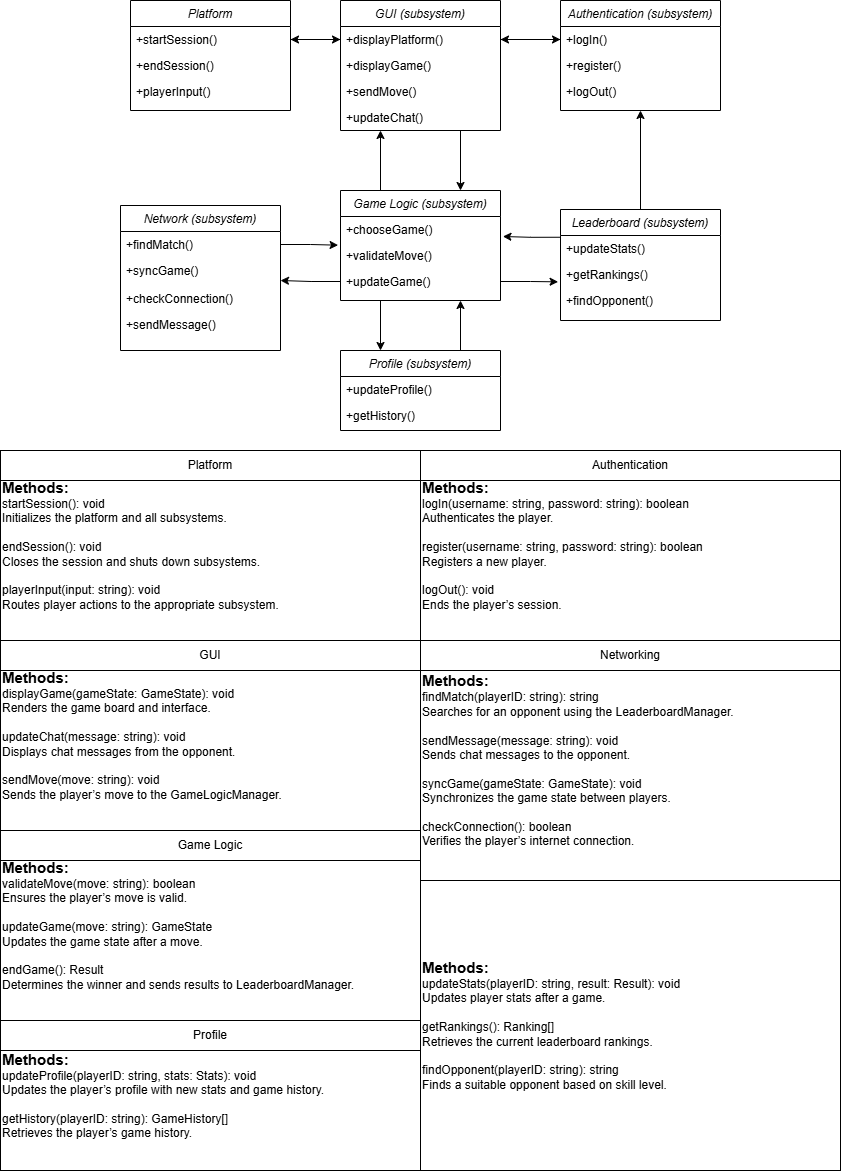
This is Integration Team Files/Class_Diagram_Integration.drawio.png from kelsierfin/BasicGamingPlatform, a draw.io export, as it was before one commit. Source tidied: cells renumbered, new cells last; positions are measured from the earlier drawing's top-left corner, leaving out a move shared by most shapes. Its diagram source:
```xml
<mxGraphModel>
  <root>
    <mxCell id="0" />
    <mxCell id="1" parent="0" />
    <mxCell id="2" style="edgeStyle=orthogonalEdgeStyle;rounded=0;jettySize=auto;html=1;exitX=0.75;exitY=1;exitDx=0;exitDy=0;entryX=0.75;entryY=0;entryDx=0;entryDy=0;" parent="1" edge="1" source="3" target="19">
      <mxGeometry relative="1" as="geometry" />
    </mxCell>
    <mxCell id="3" value="GUI (subsystem)" style="swimlane;fontStyle=2;align=center;verticalAlign=top;horizontal=1;startSize=26;rounded=0;shadow=0;strokeWidth=1;" parent="1" vertex="1">
      <mxGeometry x="340" width="160" height="130" as="geometry" />
    </mxCell>
    <mxCell id="4" value="+displayPlatform()" style="text;align=left;verticalAlign=top;spacingLeft=4;spacingRight=4;overflow=hidden;points=[[0,0.5],[1,0.5]];portConstraint=eastwest;" parent="3" vertex="1">
      <mxGeometry y="26" width="160" height="26" as="geometry" />
    </mxCell>
    <mxCell id="5" value="+displayGame()" style="text;align=left;verticalAlign=top;spacingLeft=4;spacingRight=4;overflow=hidden;rounded=0;shadow=0;html=0;" parent="3" vertex="1">
      <mxGeometry y="52" width="160" height="26" as="geometry" />
    </mxCell>
    <mxCell id="6" value="+sendMove()" style="text;align=left;verticalAlign=top;spacingLeft=4;spacingRight=4;overflow=hidden;rounded=0;shadow=0;html=0;" parent="3" vertex="1">
      <mxGeometry y="78" width="160" height="26" as="geometry" />
    </mxCell>
    <mxCell id="7" value="+updateChat()" style="text;align=left;verticalAlign=top;spacingLeft=4;spacingRight=4;overflow=hidden;rounded=0;shadow=0;html=0;" parent="3" vertex="1">
      <mxGeometry y="104" width="160" height="26" as="geometry" />
    </mxCell>
    <mxCell id="8" value="Platform" style="swimlane;fontStyle=2;align=center;verticalAlign=top;horizontal=1;startSize=26;rounded=0;shadow=0;strokeWidth=1;" parent="1" vertex="1">
      <mxGeometry x="130" width="160" height="110" as="geometry" />
    </mxCell>
    <mxCell id="9" value="+startSession()" style="text;align=left;verticalAlign=top;spacingLeft=4;spacingRight=4;overflow=hidden;points=[[0,0.5],[1,0.5]];portConstraint=eastwest;" parent="8" vertex="1">
      <mxGeometry y="26" width="160" height="26" as="geometry" />
    </mxCell>
    <mxCell id="10" value="+endSession()" style="text;align=left;verticalAlign=top;spacingLeft=4;spacingRight=4;overflow=hidden;rounded=0;shadow=0;html=0;" parent="8" vertex="1">
      <mxGeometry y="52" width="160" height="26" as="geometry" />
    </mxCell>
    <mxCell id="11" value="+playerInput()" style="text;align=left;verticalAlign=top;spacingLeft=4;spacingRight=4;overflow=hidden;rounded=0;shadow=0;html=0;" parent="8" vertex="1">
      <mxGeometry y="78" width="160" height="26" as="geometry" />
    </mxCell>
    <mxCell id="12" value="Authentication (subsystem)" style="swimlane;fontStyle=2;align=center;verticalAlign=top;horizontal=1;startSize=26;rounded=0;shadow=0;strokeWidth=1;" parent="1" vertex="1">
      <mxGeometry x="560" width="160" height="110" as="geometry" />
    </mxCell>
    <mxCell id="13" style="edgeStyle=orthogonalEdgeStyle;rounded=0;jettySize=auto;html=1;exitX=0;exitY=0.5;exitDx=0;exitDy=0;" parent="12" edge="1" source="14">
      <mxGeometry relative="1" as="geometry">
        <mxPoint x="-60" y="39" as="targetPoint" />
      </mxGeometry>
    </mxCell>
    <mxCell id="14" value="+logIn()" style="text;align=left;verticalAlign=top;spacingLeft=4;spacingRight=4;overflow=hidden;points=[[0,0.5],[1,0.5]];portConstraint=eastwest;" parent="12" vertex="1">
      <mxGeometry y="26" width="160" height="26" as="geometry" />
    </mxCell>
    <mxCell id="15" value="+register()" style="text;align=left;verticalAlign=top;spacingLeft=4;spacingRight=4;overflow=hidden;rounded=0;shadow=0;html=0;" parent="12" vertex="1">
      <mxGeometry y="52" width="160" height="26" as="geometry" />
    </mxCell>
    <mxCell id="16" value="+logOut()" style="text;align=left;verticalAlign=top;spacingLeft=4;spacingRight=4;overflow=hidden;rounded=0;shadow=0;html=0;" parent="12" vertex="1">
      <mxGeometry y="78" width="160" height="26" as="geometry" />
    </mxCell>
    <mxCell id="17" style="edgeStyle=orthogonalEdgeStyle;rounded=0;jettySize=auto;html=1;exitX=0.25;exitY=0;exitDx=0;exitDy=0;entryX=0.25;entryY=1;entryDx=0;entryDy=0;" parent="1" edge="1" source="19" target="3">
      <mxGeometry relative="1" as="geometry" />
    </mxCell>
    <mxCell id="18" style="edgeStyle=orthogonalEdgeStyle;rounded=0;jettySize=auto;html=1;exitX=0.25;exitY=1;exitDx=0;exitDy=0;entryX=0.25;entryY=0;entryDx=0;entryDy=0;" parent="1" edge="1" source="19" target="35">
      <mxGeometry relative="1" as="geometry" />
    </mxCell>
    <mxCell id="19" value="Game Logic (subsystem)" style="swimlane;fontStyle=2;align=center;verticalAlign=top;horizontal=1;startSize=26;rounded=0;shadow=0;strokeWidth=1;" parent="1" vertex="1">
      <mxGeometry x="340" y="190" width="160" height="110" as="geometry" />
    </mxCell>
    <mxCell id="20" value="+chooseGame()" style="text;align=left;verticalAlign=top;spacingLeft=4;spacingRight=4;overflow=hidden;points=[[0,0.5],[1,0.5]];portConstraint=eastwest;" parent="19" vertex="1">
      <mxGeometry y="26" width="160" height="26" as="geometry" />
    </mxCell>
    <mxCell id="21" value="+validateMove()" style="text;align=left;verticalAlign=top;spacingLeft=4;spacingRight=4;overflow=hidden;points=[[0,0.5],[1,0.5]];portConstraint=eastwest;rounded=0;shadow=0;html=0;" parent="19" vertex="1">
      <mxGeometry y="52" width="160" height="26" as="geometry" />
    </mxCell>
    <mxCell id="22" value="+updateGame()" style="text;align=left;verticalAlign=top;spacingLeft=4;spacingRight=4;overflow=hidden;points=[[0,0.5],[1,0.5]];portConstraint=eastwest;rounded=0;shadow=0;html=0;" parent="19" vertex="1">
      <mxGeometry y="78" width="160" height="26" as="geometry" />
    </mxCell>
    <mxCell id="23" value="Network (subsystem)" style="swimlane;fontStyle=2;align=center;verticalAlign=top;horizontal=1;startSize=26;rounded=0;shadow=0;strokeWidth=1;" parent="1" vertex="1">
      <mxGeometry x="120" y="205" width="160" height="145" as="geometry" />
    </mxCell>
    <mxCell id="24" value="+findMatch()" style="text;align=left;verticalAlign=top;spacingLeft=4;spacingRight=4;overflow=hidden;points=[[0,0.5],[1,0.5]];portConstraint=eastwest;" parent="23" vertex="1">
      <mxGeometry y="26" width="160" height="26" as="geometry" />
    </mxCell>
    <mxCell id="25" value="+syncGame()" style="text;align=left;verticalAlign=top;spacingLeft=4;spacingRight=4;overflow=hidden;rounded=0;shadow=0;html=0;" parent="23" vertex="1">
      <mxGeometry y="52" width="160" height="28" as="geometry" />
    </mxCell>
    <mxCell id="26" value="+checkConnection()" style="text;align=left;verticalAlign=top;spacingLeft=4;spacingRight=4;overflow=hidden;rounded=0;shadow=0;html=0;" parent="23" vertex="1">
      <mxGeometry y="80" width="160" height="26" as="geometry" />
    </mxCell>
    <mxCell id="27" value="+sendMessage()" style="text;align=left;verticalAlign=top;spacingLeft=4;spacingRight=4;overflow=hidden;rounded=0;shadow=0;html=0;" parent="23" vertex="1">
      <mxGeometry y="106" width="160" height="26" as="geometry" />
    </mxCell>
    <mxCell id="28" style="edgeStyle=orthogonalEdgeStyle;rounded=0;jettySize=auto;html=1;exitX=0;exitY=0.25;exitDx=0;exitDy=0;entryX=1.015;entryY=0.769;entryDx=0;entryDy=0;entryPerimeter=0;" parent="1" edge="1" source="30" target="20">
      <mxGeometry relative="1" as="geometry" />
    </mxCell>
    <mxCell id="29" style="edgeStyle=orthogonalEdgeStyle;rounded=0;jettySize=auto;html=1;exitX=0.5;exitY=0;exitDx=0;exitDy=0;entryX=0.5;entryY=1;entryDx=0;entryDy=0;" parent="1" edge="1" source="30" target="12">
      <mxGeometry relative="1" as="geometry" />
    </mxCell>
    <mxCell id="30" value="Leaderboard (subsystem)" style="swimlane;fontStyle=2;align=center;verticalAlign=top;horizontal=1;startSize=26;rounded=0;shadow=0;strokeWidth=1;" parent="1" vertex="1">
      <mxGeometry x="560" y="209" width="160" height="111" as="geometry" />
    </mxCell>
    <mxCell id="31" value="+updateStats()" style="text;align=left;verticalAlign=top;spacingLeft=4;spacingRight=4;overflow=hidden;" parent="30" vertex="1">
      <mxGeometry y="26" width="160" height="26" as="geometry" />
    </mxCell>
    <mxCell id="32" value="+getRankings()" style="text;align=left;verticalAlign=top;spacingLeft=4;spacingRight=4;overflow=hidden;points=[[0,0.5],[1,0.5]];portConstraint=eastwest;rounded=0;shadow=0;html=0;" parent="30" vertex="1">
      <mxGeometry y="52" width="160" height="26" as="geometry" />
    </mxCell>
    <mxCell id="33" value="+findOpponent()" style="text;align=left;verticalAlign=top;spacingLeft=4;spacingRight=4;overflow=hidden;rounded=0;shadow=0;html=0;" parent="30" vertex="1">
      <mxGeometry y="78" width="160" height="26" as="geometry" />
    </mxCell>
    <mxCell id="34" style="edgeStyle=orthogonalEdgeStyle;rounded=0;jettySize=auto;html=1;exitX=0.75;exitY=0;exitDx=0;exitDy=0;entryX=0.75;entryY=1;entryDx=0;entryDy=0;" parent="1" edge="1" source="35" target="19">
      <mxGeometry relative="1" as="geometry" />
    </mxCell>
    <mxCell id="35" value="Profile (subsystem)" style="swimlane;fontStyle=2;align=center;verticalAlign=top;horizontal=1;startSize=26;rounded=0;shadow=0;strokeWidth=1;" parent="1" vertex="1">
      <mxGeometry x="340" y="350" width="160" height="80" as="geometry" />
    </mxCell>
    <mxCell id="36" value="+updateProfile()" style="text;align=left;verticalAlign=top;spacingLeft=4;spacingRight=4;overflow=hidden;" parent="35" vertex="1">
      <mxGeometry y="26" width="160" height="26" as="geometry" />
    </mxCell>
    <mxCell id="37" value="+getHistory()" style="text;align=left;verticalAlign=top;spacingLeft=4;spacingRight=4;overflow=hidden;rounded=0;shadow=0;html=0;" parent="35" vertex="1">
      <mxGeometry y="52" width="160" height="26" as="geometry" />
    </mxCell>
    <mxCell id="38" style="edgeStyle=orthogonalEdgeStyle;rounded=0;jettySize=auto;html=1;exitX=1;exitY=0.5;exitDx=0;exitDy=0;entryX=0;entryY=0.5;entryDx=0;entryDy=0;" parent="1" edge="1" source="9" target="4">
      <mxGeometry relative="1" as="geometry" />
    </mxCell>
    <mxCell id="39" style="edgeStyle=orthogonalEdgeStyle;rounded=0;jettySize=auto;html=1;exitX=0;exitY=0.5;exitDx=0;exitDy=0;entryX=1;entryY=0.5;entryDx=0;entryDy=0;" parent="1" edge="1" source="4" target="9">
      <mxGeometry relative="1" as="geometry" />
    </mxCell>
    <mxCell id="40" style="edgeStyle=orthogonalEdgeStyle;rounded=0;jettySize=auto;html=1;exitX=1;exitY=0.5;exitDx=0;exitDy=0;entryX=0;entryY=0.5;entryDx=0;entryDy=0;" parent="1" edge="1" source="4" target="14">
      <mxGeometry relative="1" as="geometry" />
    </mxCell>
    <mxCell id="41" style="edgeStyle=orthogonalEdgeStyle;rounded=0;jettySize=auto;html=1;exitX=1;exitY=0.5;exitDx=0;exitDy=0;entryX=-0.015;entryY=0.782;entryDx=0;entryDy=0;entryPerimeter=0;" parent="1" edge="1" source="22" target="32">
      <mxGeometry relative="1" as="geometry" />
    </mxCell>
    <mxCell id="42" style="edgeStyle=orthogonalEdgeStyle;rounded=0;jettySize=auto;html=1;exitX=1;exitY=0.5;exitDx=0;exitDy=0;entryX=-0.015;entryY=0.103;entryDx=0;entryDy=0;entryPerimeter=0;" parent="1" edge="1" source="24" target="21">
      <mxGeometry relative="1" as="geometry" />
    </mxCell>
    <mxCell id="43" style="edgeStyle=orthogonalEdgeStyle;rounded=0;jettySize=auto;html=1;exitX=0;exitY=0.5;exitDx=0;exitDy=0;" parent="1" edge="1" source="22">
      <mxGeometry relative="1" as="geometry">
        <mxPoint x="280" y="280" as="targetPoint" />
      </mxGeometry>
    </mxCell>
    <mxCell id="44" style="group;" parent="1" vertex="1">
      <mxGeometry y="450" width="840" height="720" as="geometry" />
    </mxCell>
    <mxCell id="45" style="html=1;whiteSpace=wrap;" parent="44" vertex="1">
      <mxGeometry width="840" height="720" as="geometry" />
    </mxCell>
    <mxCell id="46" value="&lt;b&gt;&lt;font style=&quot;font-size: 15px;&quot;&gt;Methods:&lt;/font&gt;&lt;/b&gt;&lt;br&gt;startSession():&amp;nbsp;void&lt;br&gt;Initializes the platform and all subsystems.&lt;div&gt;&lt;br&gt;&lt;/div&gt;&lt;div&gt;endSession():&amp;nbsp;void&lt;br&gt;Closes the session and shuts down subsystems.&lt;/div&gt;&lt;div&gt;&lt;br&gt;&lt;/div&gt;&lt;div&gt;playerInput(input: string):&amp;nbsp;void&lt;br&gt;Routes player actions to the appropriate subsystem.&lt;/div&gt;" style="html=1;whiteSpace=wrap;align=left;" parent="44" vertex="1">
      <mxGeometry width="420" height="190" as="geometry" />
    </mxCell>
    <mxCell id="47" value="Platform" style="html=1;whiteSpace=wrap;" parent="44" vertex="1">
      <mxGeometry width="420" height="30" as="geometry" />
    </mxCell>
    <mxCell id="48" value="&lt;font style=&quot;font-size: 15px;&quot;&gt;&lt;b&gt;Methods:&lt;br&gt;&lt;/b&gt;&lt;/font&gt;updateProfile(playerID: string, stats: Stats):&amp;nbsp;void&lt;br&gt;Updates the player’s profile with new stats and game history.&lt;div&gt;&lt;br&gt;&lt;/div&gt;&lt;div&gt;getHistory(playerID: string):&amp;nbsp;GameHistory[]&lt;br&gt;Retrieves the player’s game history.&lt;/div&gt;" style="html=1;whiteSpace=wrap;align=left;" parent="44" vertex="1">
      <mxGeometry y="570" width="420" height="150" as="geometry" />
    </mxCell>
    <mxCell id="49" style="group;" parent="44" vertex="1">
      <mxGeometry y="190" width="840" height="410" as="geometry" />
    </mxCell>
    <mxCell id="50" value="&lt;font style=&quot;font-size: 15px;&quot;&gt;&lt;b&gt;Methods:&lt;br&gt;&lt;/b&gt;&lt;/font&gt;displayGame(gameState: GameState):&amp;nbsp;void&lt;br&gt;Renders the game board and interface.&lt;div&gt;&lt;br&gt;&lt;/div&gt;&lt;div&gt;updateChat(message: string):&amp;nbsp;void&lt;br&gt;Displays chat messages from the opponent.&lt;/div&gt;&lt;div&gt;&lt;br&gt;&lt;/div&gt;&lt;div&gt;sendMove(move: string):&amp;nbsp;void&lt;br&gt;Sends the player’s move to the&amp;nbsp;GameLogicManager.&lt;/div&gt;" style="html=1;whiteSpace=wrap;align=left;" parent="49" vertex="1">
      <mxGeometry width="420" height="190" as="geometry" />
    </mxCell>
    <mxCell id="51" value="GUI" style="html=1;whiteSpace=wrap;" parent="49" vertex="1">
      <mxGeometry width="420" height="30" as="geometry" />
    </mxCell>
    <mxCell id="52" value="&lt;b&gt;&lt;font style=&quot;font-size: 15px;&quot;&gt;Methods:&lt;br&gt;&lt;/font&gt;&lt;/b&gt;findMatch(playerID: string):&amp;nbsp;string&lt;br&gt;Searches for an opponent using the&amp;nbsp;LeaderboardManager.&lt;div&gt;&lt;br&gt;&lt;/div&gt;&lt;div&gt;sendMessage(message: string):&amp;nbsp;void&lt;br&gt;Sends chat messages to the opponent.&lt;/div&gt;&lt;div&gt;&lt;br&gt;&lt;/div&gt;&lt;div&gt;syncGame(gameState: GameState):&amp;nbsp;void&lt;br&gt;Synchronizes the game state between players.&lt;/div&gt;&lt;div&gt;&lt;br&gt;&lt;/div&gt;&lt;div&gt;checkConnection():&amp;nbsp;boolean&lt;br&gt;Verifies the player’s internet connection.&lt;/div&gt;" style="html=1;whiteSpace=wrap;align=left;" parent="49" vertex="1">
      <mxGeometry x="420" width="420" height="240" as="geometry" />
    </mxCell>
    <mxCell id="53" value="Networking" style="html=1;whiteSpace=wrap;" parent="49" vertex="1">
      <mxGeometry x="420" width="420" height="30" as="geometry" />
    </mxCell>
    <mxCell id="54" value="&lt;b&gt;&lt;font style=&quot;font-size: 15px;&quot;&gt;Methods:&lt;br&gt;&lt;/font&gt;&lt;/b&gt;validateMove(move: string):&amp;nbsp;boolean&lt;br&gt;Ensures the player’s move is valid.&lt;div&gt;&lt;br&gt;&lt;/div&gt;&lt;div&gt;updateGame(move: string):&amp;nbsp;GameState&lt;br&gt;Updates the game state after a move.&lt;/div&gt;&lt;div&gt;&lt;br&gt;&lt;/div&gt;&lt;div&gt;endGame():&amp;nbsp;Result&lt;br&gt;Determines the winner and sends results to&amp;nbsp;LeaderboardManager.&lt;/div&gt;" style="html=1;whiteSpace=wrap;align=left;" parent="49" vertex="1">
      <mxGeometry y="190" width="420" height="190" as="geometry" />
    </mxCell>
    <mxCell id="55" value="Game Logic" style="html=1;whiteSpace=wrap;" parent="49" vertex="1">
      <mxGeometry y="190" width="420" height="30" as="geometry" />
    </mxCell>
    <mxCell id="56" value="Leaderboard and Matchmaking" style="html=1;whiteSpace=wrap;" parent="49" vertex="1">
      <mxGeometry x="420" y="240" width="420" height="30" as="geometry" />
    </mxCell>
    <mxCell id="57" value="Profile" style="html=1;whiteSpace=wrap;" parent="49" vertex="1">
      <mxGeometry y="380" width="420" height="30" as="geometry" />
    </mxCell>
    <mxCell id="58" style="group;" parent="44" vertex="1">
      <mxGeometry x="420" width="420" height="720" as="geometry" />
    </mxCell>
    <mxCell id="59" value="&lt;font style=&quot;font-size: 15px;&quot;&gt;&lt;b&gt;Methods:&lt;br&gt;&lt;/b&gt;&lt;/font&gt;logIn(username: string, password: string):&amp;nbsp;boolean&lt;br&gt;Authenticates the player.&lt;div&gt;&lt;br&gt;&lt;/div&gt;&lt;div&gt;register(username: string, password: string):&amp;nbsp;boolean&lt;br&gt;Registers a new player.&lt;/div&gt;&lt;div&gt;&lt;br&gt;&lt;/div&gt;&lt;div&gt;logOut():&amp;nbsp;void&lt;br&gt;Ends the player’s session.&lt;/div&gt;" style="html=1;whiteSpace=wrap;align=left;" parent="58" vertex="1">
      <mxGeometry width="420" height="190" as="geometry" />
    </mxCell>
    <mxCell id="60" value="Authentication" style="html=1;whiteSpace=wrap;" parent="58" vertex="1">
      <mxGeometry width="420" height="30" as="geometry" />
    </mxCell>
    <mxCell id="61" value="&lt;font style=&quot;font-size: 15px;&quot;&gt;&lt;b&gt;Methods:&lt;br&gt;&lt;/b&gt;&lt;/font&gt;updateStats(playerID: string, result: Result):&amp;nbsp;void&lt;br&gt;Updates player stats after a game.&lt;div&gt;&lt;br&gt;&lt;/div&gt;&lt;div&gt;getRankings():&amp;nbsp;Ranking[]&lt;br&gt;Retrieves the current leaderboard rankings.&lt;/div&gt;&lt;div&gt;&lt;br&gt;&lt;/div&gt;&lt;div&gt;findOpponent(playerID: string):&amp;nbsp;string&lt;br&gt;Finds a suitable opponent based on skill level.&lt;/div&gt;" style="html=1;whiteSpace=wrap;align=left;" parent="58" vertex="1">
      <mxGeometry y="430" width="420" height="290" as="geometry" />
    </mxCell>
  </root>
</mxGraphModel>
```
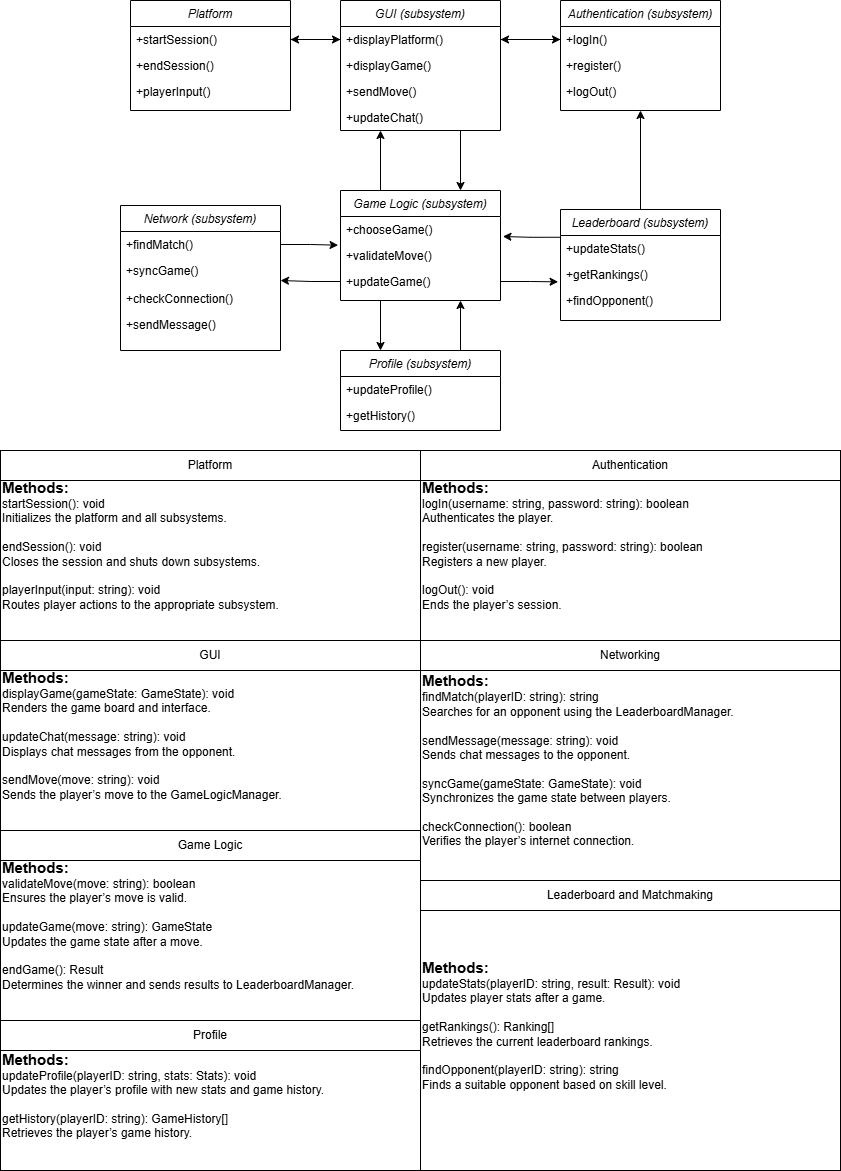
Above is the later version.

The edit, as a diff of the source:
```diff
@@ -186,5 +186,8 @@
     <mxCell id="61" value="&lt;font style=&quot;font-size: 15px;&quot;&gt;&lt;b&gt;Methods:&lt;br&gt;&lt;/b&gt;&lt;/font&gt;updateStats(playerID: string, result: Result):&amp;nbsp;void&lt;br&gt;Updates player stats after a game.&lt;div&gt;&lt;br&gt;&lt;/div&gt;&lt;div&gt;getRankings():&amp;nbsp;Ranking[]&lt;br&gt;Retrieves the current leaderboard rankings.&lt;/div&gt;&lt;div&gt;&lt;br&gt;&lt;/div&gt;&lt;div&gt;findOpponent(playerID: string):&amp;nbsp;string&lt;br&gt;Finds a suitable opponent based on skill level.&lt;/div&gt;" style="html=1;whiteSpace=wrap;align=left;" parent="58" vertex="1">
       <mxGeometry y="430" width="420" height="290" as="geometry" />
     </mxCell>
+    <mxCell id="62" value="Leaderboard and Matchmaking" style="html=1;whiteSpace=wrap;" parent="58" vertex="1">
+      <mxGeometry y="430" width="420" height="30" as="geometry" />
+    </mxCell>
   </root>
 </mxGraphModel>
```
